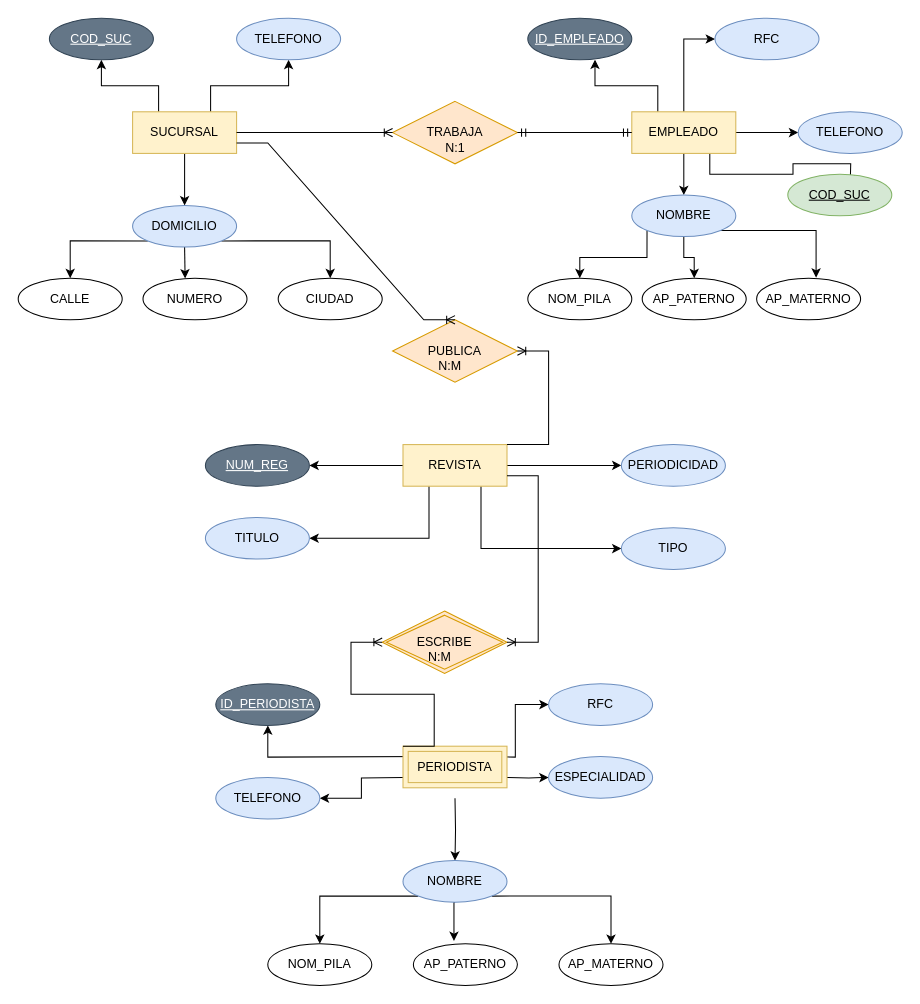
AOlmosPilares/Base-de-Datos keeps this draw.io diagram as CadenaEditorial.drawio. Above is the earlier version. Source tidied: cells renumbered, new cells numbered last; positions are measured from the earlier drawing's top-left corner, leaving out a move shared by most shapes. Both pictures are drawn from the tidied source at 104%, with x=0, y=0 at pixel (18, 18).
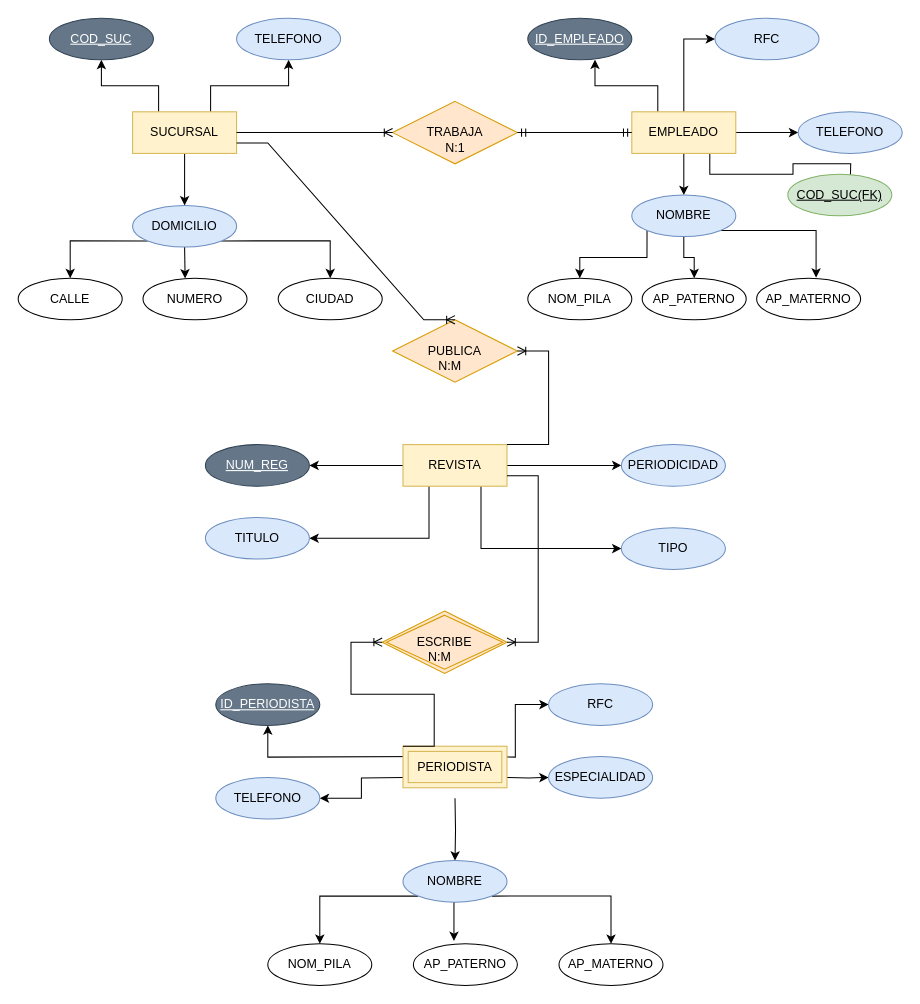
Above is the later version.

The edit, as a diff of the source:
```diff
@@
-    <mxCell id="69" value="COD_SUC" style="ellipse;whiteSpace=wrap;html=1;align=center;fontStyle=4;fillColor=#d5e8d4;strokeColor=#82b366;" parent="1" vertex="1">
+    <mxCell id="69" value="COD_SUC(FK)" style="ellipse;whiteSpace=wrap;html=1;align=center;fontStyle=4;fillColor=#d5e8d4;strokeColor=#82b366;" parent="1" vertex="1">
       <mxGeometry x="740" y="150" width="100" height="40" as="geometry" />
     </mxCell>
```
